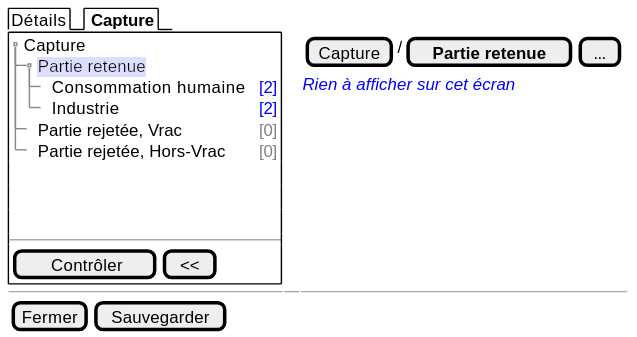
This is projects/obsmer/spe/images/batch/batch-tree-PR.svg from sumaris-net/sumaris-doc, a PlantUML export, as it was before one commit. Its source is kept beside it as projects/obsmer/spe/images/batch/batch-tree-PR.puml.
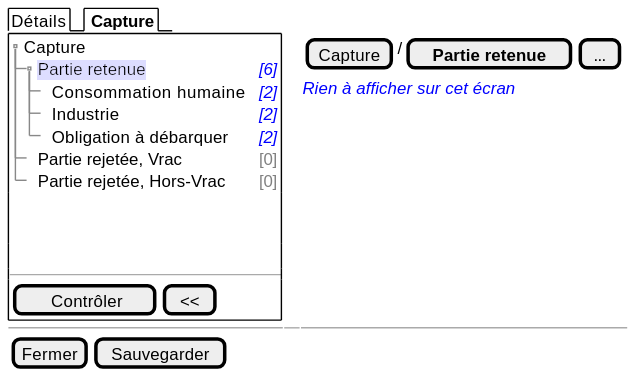
Later version of the same file.

The edit, as a diff of the source:
```diff
@@ -4,9 +4,10 @@
   {+
    {T
        + Capture    | .
-       ++ <back:#DDF>Partie retenue       | <color:blue>[4]
-       +++ Consommation humaine | <color:blue>[2]
-       +++ Industrie | <color:blue>[2]
+       ++ <back:#DDF>Partie retenue       | <i><color:blue>[6]
+       +++ Consommation humaine | <i><color:blue>[2]
+       +++ Industrie | <i><color:blue>[2]
+       +++ Obligation à débarquer| <i><color:blue>[2]
        ++ Partie rejetée, Vrac | <color:gray>[0]
        ++ Partie rejetée, Hors-Vrac | <color:gray>[0]
    }
```
